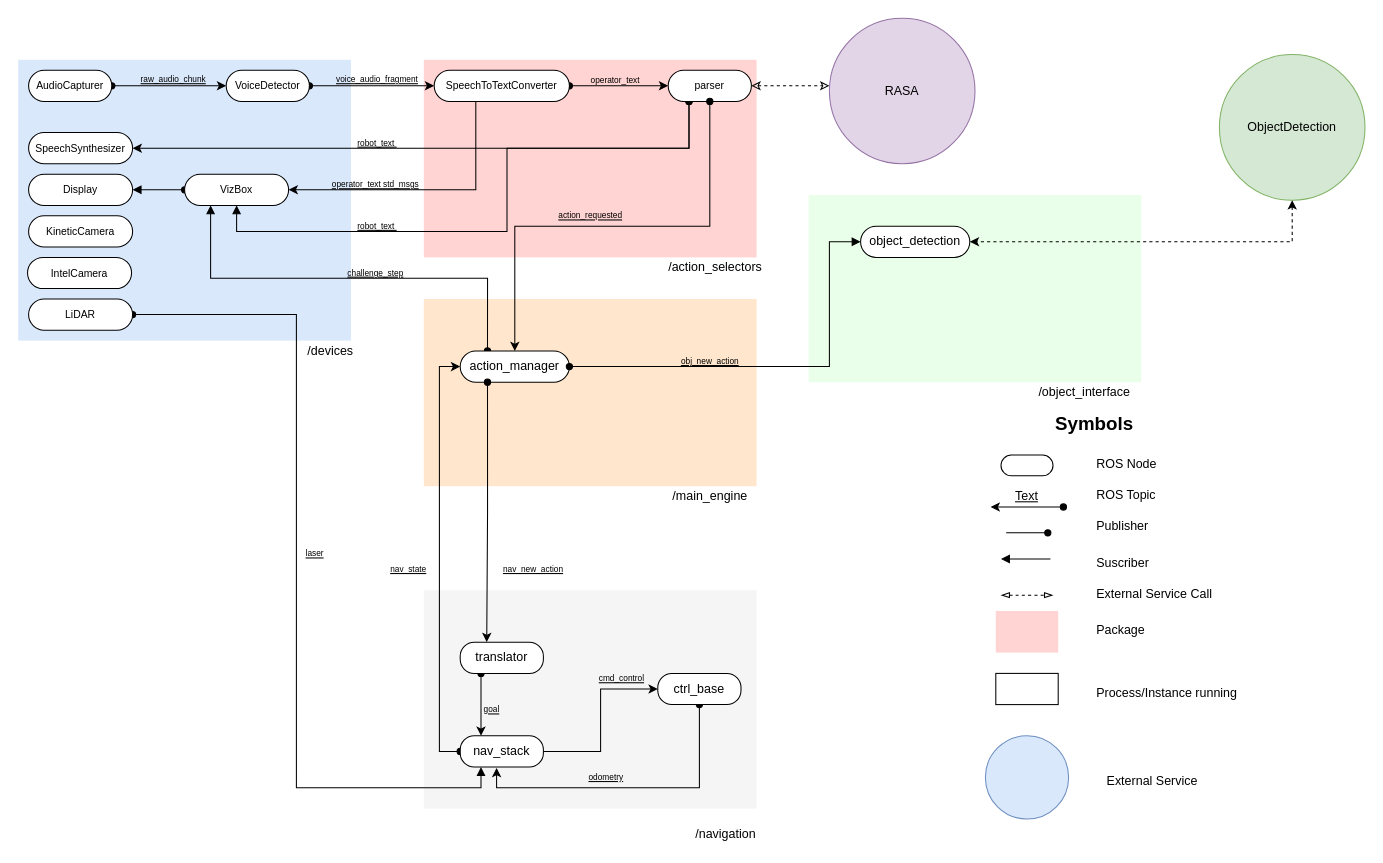
Above: SystemDesignv3.drawio in RoBorregos/robocup-home (draw.io), before the change. Source tidied: cells renumbered, new cells numbered last; positions are measured from the earlier drawing's top-left corner, leaving out a move shared by most shapes. Both pictures are drawn from the tidied source at 104%, with x=0, y=0 at pixel (18, 18).
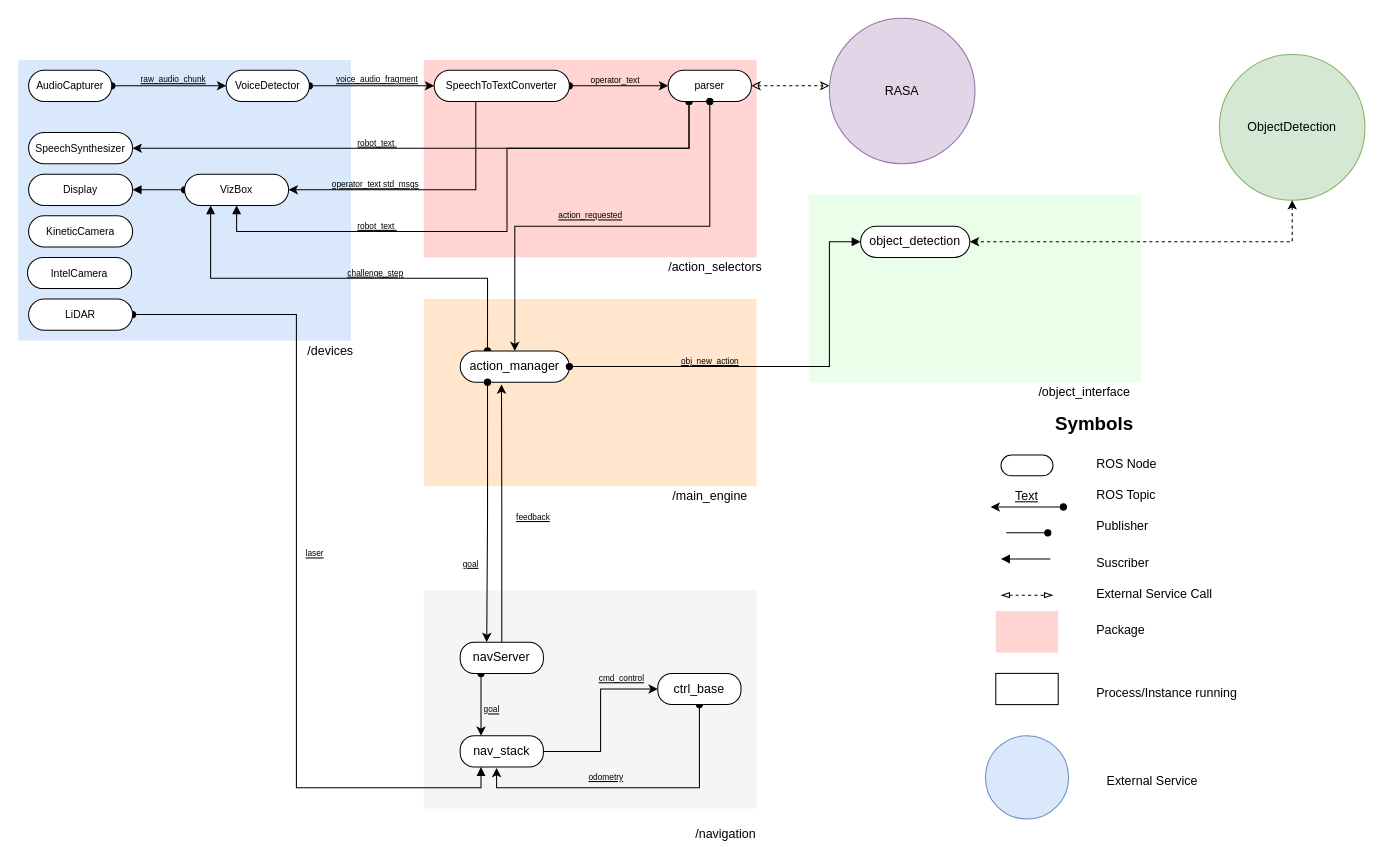
Above is the later version.

Commit message (it also covers changes not shown here):
Updated system design

The change refers to these unchanged cells:
```xml
<mxCell id="42" value="action_manager" style="rounded=1;whiteSpace=wrap;html=1;arcSize=50;" parent="1" vertex="1">
  <mxGeometry x="425" y="320" width="105" height="30" as="geometry" />
</mxCell>
<mxCell id="54" value="nav_stack" style="rounded=1;whiteSpace=wrap;html=1;arcSize=45;" parent="1" vertex="1">
  <mxGeometry x="425" y="690" width="80" height="30" as="geometry" />
</mxCell>
```

Change to the diagram source:
```diff
@@
-    <mxCell id="53" style="edgeStyle=orthogonalEdgeStyle;rounded=0;jettySize=auto;html=1;exitX=0;exitY=0.5;exitDx=0;exitDy=0;entryX=0;entryY=0.5;entryDx=0;entryDy=0;startArrow=oval;startFill=1;" parent="1" edge="1" source="54" target="42">
-      <mxGeometry relative="1" as="geometry" />
-    </mxCell>
@@
-    <mxCell id="58" value="&lt;u&gt;nav_new_action&lt;/u&gt;" style="text;html=1;align=center;verticalAlign=middle;fontSize=8;" parent="1" vertex="1">
-      <mxGeometry x="460" y="520" width="70" height="20" as="geometry" />
+    <mxCell id="58" value="&lt;u&gt;goal&lt;/u&gt;" style="text;html=1;align=center;verticalAlign=middle;fontSize=8;" parent="1" vertex="1">
+      <mxGeometry x="420" y="520" width="30" height="10" as="geometry" />
     </mxCell>
-    <mxCell id="59" value="&lt;u&gt;nav_state&lt;/u&gt;" style="text;html=1;align=center;verticalAlign=middle;fontSize=8;" parent="1" vertex="1">
-      <mxGeometry x="350" y="520" width="50" height="20" as="geometry" />
+    <mxCell id="59" value="&lt;u&gt;feedback&lt;/u&gt;" style="text;html=1;align=center;verticalAlign=middle;fontSize=8;" parent="1" vertex="1">
+      <mxGeometry x="470" y="475" width="50" height="10" as="geometry" />
     </mxCell>
@@
+    <mxCell id="81" style="edgeStyle=orthogonalEdgeStyle;rounded=0;jettySize=auto;html=1;exitX=0.5;exitY=0;exitDx=0;exitDy=0;entryX=0.378;entryY=1.07;entryDx=0;entryDy=0;entryPerimeter=0;" parent="1" edge="1" source="61" target="42">
+      <mxGeometry relative="1" as="geometry" />
+    </mxCell>
-    <mxCell id="61" value="translator" style="rounded=1;whiteSpace=wrap;html=1;arcSize=45;" parent="1" vertex="1">
+    <mxCell id="61" value="navServer" style="rounded=1;whiteSpace=wrap;html=1;arcSize=45;" parent="1" vertex="1">
       <mxGeometry x="425" y="600" width="80" height="30" as="geometry" />
     </mxCell>
```
